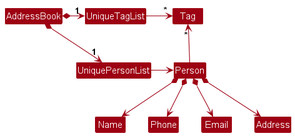
Above: docs/images/BetterModelClassDiagram.png in nus-cs2103-AY2425S1/tp (PlantUML), before the change.
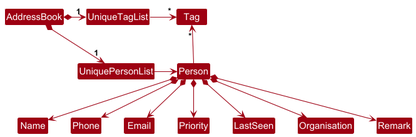
After the commit.

The edit, as a diff of the source:
```diff
@@ -17,5 +17,8 @@
 Person *--> Name
 Person *--> Phone
 Person *--> Email
-Person *--> Address
+Person *--> Priority
+Person *--> LastSeen
+Person *--> Organisation
+Person *--> Remark
 @enduml
```
